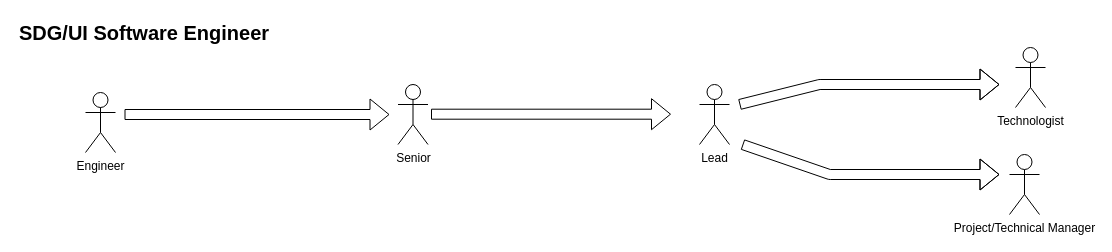
Earlier version of the draw.io diagram page "Test Soft Engineer" (5 of 5) of CareerWorkShop.drawio (EdwardsKorea/CommonDrawIO). Source tidied: cells renumbered, new cells numbered last; positions are measured from the earlier drawing's top-left corner, leaving out a move shared by most shapes. Both pictures are drawn from the tidied source at 100%, with x=0, y=0 at pixel (17, 17).
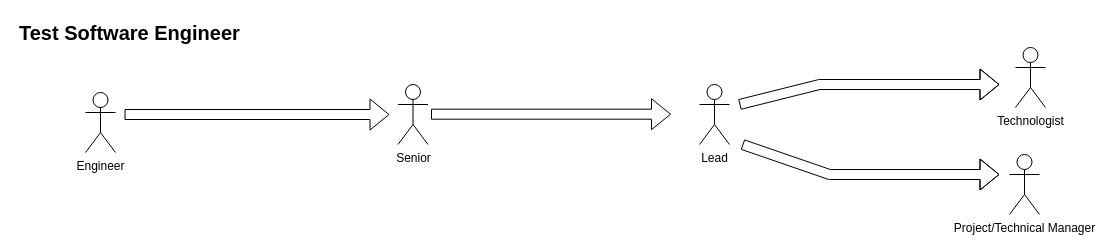
The same diagram, later.

Change to the diagram source:
```diff
@@
 <mxGraphModel>
   <root>
     <mxCell id="0" />
     <mxCell id="1" parent="0" />
     <mxCell id="2" style="shape=flexArrow;endArrow=classic;html=1;rounded=1;" parent="1" edge="1">
       <mxGeometry relative="1" as="geometry">
         <mxPoint x="107" y="97" as="sourcePoint" />
         <mxPoint x="372" y="97" as="targetPoint" />
       </mxGeometry>
     </mxCell>
     <mxCell id="3" style="shape=flexArrow;endArrow=classic;html=1;rounded=1;" parent="1" edge="1">
       <mxGeometry relative="1" as="geometry">
         <mxPoint x="413.5" y="96.7" as="sourcePoint" />
         <mxPoint x="653.5" y="96.7" as="targetPoint" />
       </mxGeometry>
     </mxCell>
     <mxCell id="4" value="Senior" style="shape=umlActor;verticalLabelPosition=bottom;verticalAlign=top;html=1;rounded=1;" parent="1" vertex="1">
       <mxGeometry x="380.5" y="67" width="30" height="60" as="geometry" />
     </mxCell>
     <mxCell id="5" style="shape=flexArrow;endArrow=classic;html=1;rounded=1;" parent="1" edge="1">
       <mxGeometry relative="1" as="geometry">
         <mxPoint x="722" y="87" as="sourcePoint" />
         <mxPoint x="982" y="67" as="targetPoint" />
         <Array as="points">
           <mxPoint x="802" y="67" />
         </Array>
       </mxGeometry>
     </mxCell>
     <mxCell id="6" value="Technologist" style="shape=umlActor;verticalLabelPosition=bottom;verticalAlign=top;html=1;rounded=1;" parent="1" vertex="1">
       <mxGeometry x="998" y="30" width="30" height="60" as="geometry" />
     </mxCell>
     <mxCell id="7" value="Lead" style="shape=umlActor;verticalLabelPosition=bottom;verticalAlign=top;html=1;rounded=1;" parent="1" vertex="1">
       <mxGeometry x="682" y="67" width="30" height="60" as="geometry" />
     </mxCell>
     <mxCell id="8" value="Project/Technical Manager" style="shape=umlActor;verticalLabelPosition=bottom;verticalAlign=top;html=1;rounded=1;" parent="1" vertex="1">
       <mxGeometry x="992" y="137" width="30" height="60" as="geometry" />
     </mxCell>
     <mxCell id="9" style="shape=flexArrow;endArrow=classic;html=1;rounded=1;" parent="1" edge="1">
       <mxGeometry relative="1" as="geometry">
         <mxPoint x="725" y="127" as="sourcePoint" />
         <mxPoint x="982" y="157" as="targetPoint" />
         <Array as="points">
           <mxPoint x="812" y="157" />
         </Array>
       </mxGeometry>
     </mxCell>
     <mxCell id="10" value="Engineer" style="shape=umlActor;verticalLabelPosition=bottom;verticalAlign=top;html=1;rounded=1;" parent="1" vertex="1">
       <mxGeometry x="68" y="75" width="30" height="60" as="geometry" />
     </mxCell>
-    <mxCell id="11" value="SDG/UI Software Engineer&amp;nbsp;" style="text;html=1;strokeColor=none;fillColor=none;align=left;verticalAlign=middle;whiteSpace=wrap;rounded=1;fontStyle=1;fontSize=20;" parent="1" vertex="1">
+    <mxCell id="11" value="Test Software Engineer&amp;nbsp;" style="text;html=1;strokeColor=none;fillColor=none;align=left;verticalAlign=middle;whiteSpace=wrap;rounded=1;fontStyle=1;fontSize=20;" parent="1" vertex="1">
       <mxGeometry width="375" height="30" as="geometry" />
     </mxCell>
   </root>
 </mxGraphModel>
```
